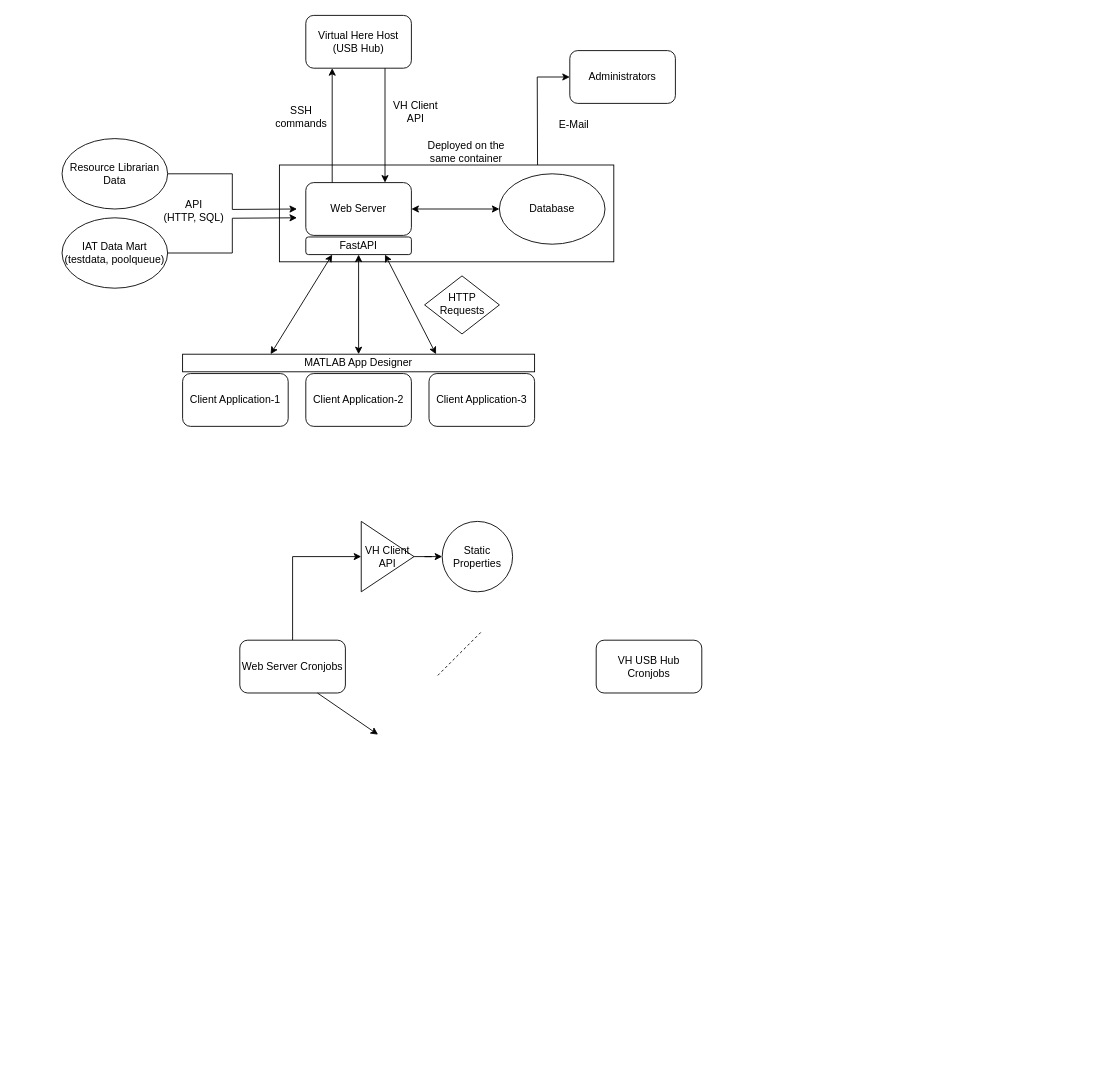
Above: Untitled Diagram.drawio in rahulch02/AmplifyApp (draw.io), before the change. Source tidied: cells renumbered, new cells numbered last; positions are measured from the earlier drawing's top-left corner, leaving out a move shared by most shapes. Both pictures are drawn from the tidied source at 88%, with x=0, y=0 at pixel (62, 15).
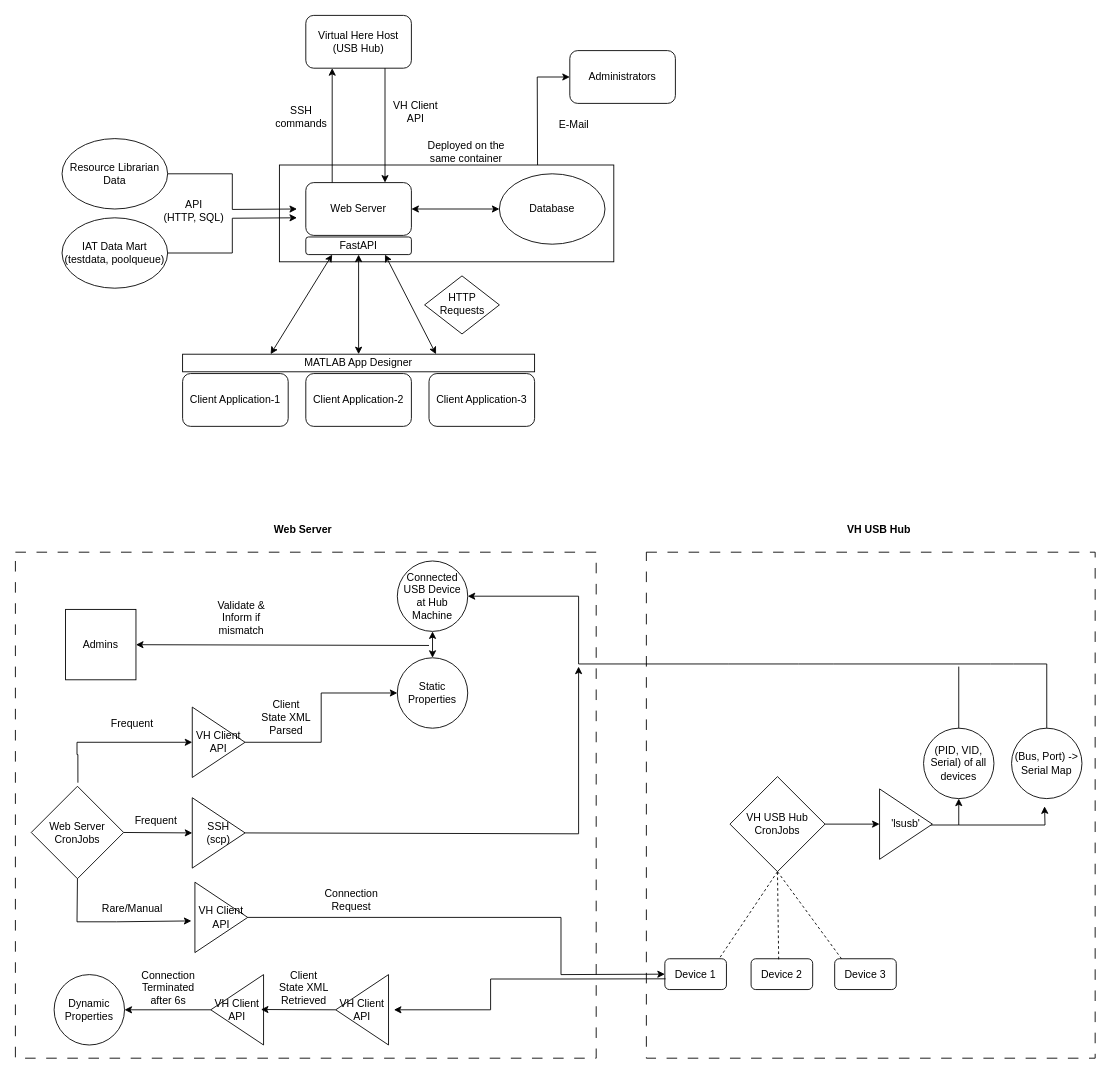
Above is the later version.

Change to the diagram source:
```diff
@@
-    <mxCell id="30" style="edgeStyle=orthogonalEdgeStyle;rounded=0;jettySize=auto;html=1;exitX=0.5;exitY=0;exitDx=0;exitDy=0;entryX=0;entryY=0.5;entryDx=0;entryDy=0;" parent="1" edge="1" source="31" target="36">
-      <mxGeometry relative="1" as="geometry" />
+    <mxCell id="30" style="edgeStyle=orthogonalEdgeStyle;rounded=0;jettySize=auto;html=1;exitX=0.505;exitY=-0.039;exitDx=0;exitDy=0;entryX=0;entryY=0.5;entryDx=0;entryDy=0;exitPerimeter=0;" parent="1" edge="1" source="39" target="36">
+      <mxGeometry relative="1" as="geometry">
+        <Array as="points">
+          <mxPoint x="17" y="840" />
+        </Array>
+      </mxGeometry>
     </mxCell>
-    <mxCell id="31" value="Web Server Cronjobs" style="rounded=1;whiteSpace=wrap;html=1;" parent="1" vertex="1">
-      <mxGeometry x="202" y="710" width="120" height="60" as="geometry" />
-    </mxCell>
-    <mxCell id="32" value="VH USB Hub Cronjobs" style="rounded=1;whiteSpace=wrap;html=1;" parent="1" vertex="1">
-      <mxGeometry x="607" y="710" width="120" height="60" as="geometry" />
-    </mxCell>
     <mxCell id="33" value="Static Properties" style="ellipse;whiteSpace=wrap;html=1;" parent="1" vertex="1">
-      <mxGeometry x="432" y="575" width="80" height="80" as="geometry" />
+      <mxGeometry x="381" y="730" width="80" height="80" as="geometry" />
     </mxCell>
-    <mxCell id="34" style="endArrow=classic;html=1;rounded=0;" parent="1" edge="1">
-      <mxGeometry relative="1" as="geometry">
-        <mxPoint x="290.2" y="770" as="sourcePoint" />
-        <mxPoint x="359.1" y="817.3" as="targetPoint" />
-      </mxGeometry>
-    </mxCell>
@@
     <mxCell id="36" value="VH Client API" style="triangle;whiteSpace=wrap;html=1;" parent="1" vertex="1">
-      <mxGeometry x="340" y="575" width="60" height="80" as="geometry" />
+      <mxGeometry x="148" y="786" width="60" height="80" as="geometry" />
     </mxCell>
-    <mxCell id="37" style="endArrow=none;dashed=1;html=1;rounded=0;" parent="1" edge="1">
-      <mxGeometry relative="1" as="geometry">
-        <mxPoint x="427" y="750" as="sourcePoint" />
-        <mxPoint x="477" y="700" as="targetPoint" />
-      </mxGeometry>
+    <mxCell id="37" style="endArrow=none;dashed=1;html=1;rounded=0;exitX=0.5;exitY=1;exitDx=0;exitDy=0;entryX=0.138;entryY=0.073;entryDx=0;entryDy=0;entryPerimeter=0;" parent="1" edge="1" source="44" target="38">
+      <mxGeometry relative="1" as="geometry" />
     </mxCell>
+    <mxCell id="38" value="Device 3" style="rounded=1;whiteSpace=wrap;html=1;" parent="1" vertex="1">
+      <mxGeometry x="878" y="1072" width="70" height="35" as="geometry" />
+    </mxCell>
+    <mxCell id="39" value="Web Server CronJobs" style="rhombus;whiteSpace=wrap;html=1;" parent="1" vertex="1">
+      <mxGeometry x="-35" y="876" width="105" height="105" as="geometry" />
+    </mxCell>
+    <mxCell id="40" value="Device 2" style="rounded=1;whiteSpace=wrap;html=1;" parent="1" vertex="1">
+      <mxGeometry x="783" y="1072" width="70" height="35" as="geometry" />
+    </mxCell>
+    <mxCell id="41" value="Device 1" style="rounded=1;whiteSpace=wrap;html=1;" parent="1" vertex="1">
+      <mxGeometry x="685" y="1072" width="70" height="35" as="geometry" />
+    </mxCell>
+    <mxCell id="42" style="endArrow=none;dashed=1;html=1;rounded=0;exitX=0.5;exitY=1;exitDx=0;exitDy=0;entryX=0.89;entryY=-0.027;entryDx=0;entryDy=0;entryPerimeter=0;" parent="1" edge="1" source="44" target="41">
+      <mxGeometry relative="1" as="geometry" />
+    </mxCell>
+    <mxCell id="43" style="endArrow=none;dashed=1;html=1;rounded=0;exitX=0.448;exitY=0.018;exitDx=0;exitDy=0;exitPerimeter=0;entryX=0.5;entryY=1;entryDx=0;entryDy=0;" parent="1" edge="1" source="40" target="44">
+      <mxGeometry relative="1" as="geometry" />
+    </mxCell>
+    <mxCell id="44" value="VH USB Hub CronJobs" style="rhombus;whiteSpace=wrap;html=1;" parent="1" vertex="1">
+      <mxGeometry x="759" y="865" width="108" height="108" as="geometry" />
+    </mxCell>
+    <mxCell id="45" value="VH Client API" style="triangle;whiteSpace=wrap;html=1;" parent="1" vertex="1">
+      <mxGeometry x="151" y="985" width="60" height="80" as="geometry" />
+    </mxCell>
+    <mxCell id="46" style="endArrow=classic;html=1;rounded=0;exitX=0.5;exitY=1;exitDx=0;exitDy=0;" parent="1" edge="1" source="39">
+      <mxGeometry relative="1" as="geometry">
+        <mxPoint x="147" y="1029" as="targetPoint" />
+        <Array as="points">
+          <mxPoint x="17" y="1030" />
+          <mxPoint x="62" y="1030" />
+        </Array>
+      </mxGeometry>
+    </mxCell>
+    <mxCell id="47" style="endArrow=classic;html=1;rounded=0;exitX=1;exitY=0.5;exitDx=0;exitDy=0;entryX=0;entryY=0.5;entryDx=0;entryDy=0;" parent="1" edge="1" source="45" target="41">
+      <mxGeometry relative="1" as="geometry">
+        <Array as="points">
+          <mxPoint x="567" y="1025" />
+          <mxPoint x="567" y="1090" />
+        </Array>
+      </mxGeometry>
+    </mxCell>
+    <mxCell id="48" style="endArrow=classic;html=1;rounded=0;entryX=-0.102;entryY=0.5;entryDx=0;entryDy=0;entryPerimeter=0;exitX=0.012;exitY=0.651;exitDx=0;exitDy=0;exitPerimeter=0;" parent="1" edge="1" source="41" target="52">
+      <mxGeometry relative="1" as="geometry">
+        <Array as="points">
+          <mxPoint x="567" y="1095" />
+          <mxPoint x="487" y="1095" />
+          <mxPoint x="487" y="1130" />
+          <mxPoint x="467" y="1130" />
+        </Array>
+      </mxGeometry>
+    </mxCell>
+    <mxCell id="49" value="Dynamic Properties" style="ellipse;whiteSpace=wrap;html=1;direction=east;" parent="1" vertex="1">
+      <mxGeometry x="-9" y="1090" width="80" height="80" as="geometry" />
+    </mxCell>
+    <mxCell id="50" value="Connection Request" style="text;html=1;strokeColor=none;fillColor=none;align=center;verticalAlign=middle;whiteSpace=wrap;rounded=0;" parent="1" vertex="1">
+      <mxGeometry x="299" y="990" width="60" height="30" as="geometry" />
+    </mxCell>
+    <mxCell id="51" value="Client State XML Parsed" style="text;html=1;strokeColor=none;fillColor=none;align=center;verticalAlign=middle;whiteSpace=wrap;rounded=0;" parent="1" vertex="1">
+      <mxGeometry x="225" y="783" width="60" height="30" as="geometry" />
+    </mxCell>
+    <mxCell id="52" value="VH Client API" style="triangle;whiteSpace=wrap;html=1;direction=west;" parent="1" vertex="1">
+      <mxGeometry x="311" y="1090" width="60" height="80" as="geometry" />
+    </mxCell>
+    <mxCell id="53" value="VH Client API" style="triangle;whiteSpace=wrap;html=1;direction=west;" parent="1" vertex="1">
+      <mxGeometry x="169" y="1090" width="60" height="80" as="geometry" />
+    </mxCell>
+    <mxCell id="54" value="Connection Terminated after 6s" style="text;html=1;strokeColor=none;fillColor=none;align=center;verticalAlign=middle;whiteSpace=wrap;rounded=0;direction=east;" parent="1" vertex="1">
+      <mxGeometry x="91" y="1090" width="60" height="30" as="geometry" />
+    </mxCell>
+    <mxCell id="55" value="Client State XML Retrieved" style="text;html=1;strokeColor=none;fillColor=none;align=center;verticalAlign=middle;whiteSpace=wrap;rounded=0;direction=east;" parent="1" vertex="1">
+      <mxGeometry x="245" y="1090" width="60" height="30" as="geometry" />
+    </mxCell>
+    <mxCell id="56" style="endArrow=classic;html=1;rounded=0;exitX=1;exitY=0.5;exitDx=0;exitDy=0;entryX=0.05;entryY=0.504;entryDx=0;entryDy=0;entryPerimeter=0;" parent="1" edge="1" source="52" target="53">
+      <mxGeometry relative="1" as="geometry" />
+    </mxCell>
+    <mxCell id="57" style="endArrow=classic;html=1;rounded=0;entryX=1;entryY=0.5;entryDx=0;entryDy=0;exitX=1;exitY=0.5;exitDx=0;exitDy=0;" parent="1" edge="1" source="53" target="49">
+      <mxGeometry relative="1" as="geometry" />
+    </mxCell>
+    <mxCell id="58" style="endArrow=classic;html=1;rounded=0;entryX=0.5;entryY=1;entryDx=0;entryDy=0;" parent="1" edge="1" target="61">
+      <mxGeometry relative="1" as="geometry">
+        <mxPoint x="949" y="920" as="sourcePoint" />
+        <Array as="points">
+          <mxPoint x="1019" y="920" />
+        </Array>
+      </mxGeometry>
+    </mxCell>
+    <mxCell id="59" value="'lsusb'" style="triangle;whiteSpace=wrap;html=1;" parent="1" vertex="1">
+      <mxGeometry x="929" y="879" width="60" height="80" as="geometry" />
+    </mxCell>
+    <mxCell id="60" style="endArrow=classic;html=1;rounded=0;exitX=1;exitY=0.5;exitDx=0;exitDy=0;" parent="1" edge="1" source="44" target="59">
+      <mxGeometry relative="1" as="geometry" />
+    </mxCell>
+    <mxCell id="61" value="(PID, VID, Serial) of all devices" style="ellipse;whiteSpace=wrap;html=1;" parent="1" vertex="1">
+      <mxGeometry x="979" y="810" width="80" height="80" as="geometry" />
+    </mxCell>
+    <mxCell id="62" value="(Bus, Port) -&amp;gt; Serial Map" style="ellipse;whiteSpace=wrap;html=1;" parent="1" vertex="1">
+      <mxGeometry x="1079" y="810" width="80" height="80" as="geometry" />
+    </mxCell>
+    <mxCell id="63" style="endArrow=classic;html=1;rounded=0;entryX=0.469;entryY=1.11;entryDx=0;entryDy=0;entryPerimeter=0;" parent="1" edge="1" target="62">
+      <mxGeometry relative="1" as="geometry">
+        <mxPoint x="1019" y="920" as="sourcePoint" />
+        <Array as="points">
+          <mxPoint x="1117" y="920" />
+        </Array>
+      </mxGeometry>
+    </mxCell>
+    <mxCell id="64" style="endArrow=none;html=1;rounded=0;exitX=0.5;exitY=0;exitDx=0;exitDy=0;" parent="1" edge="1" source="61">
+      <mxGeometry relative="1" as="geometry">
+        <mxPoint x="1019" y="740" as="targetPoint" />
+      </mxGeometry>
+    </mxCell>
+    <mxCell id="65" value="SSH &lt;br&gt;(scp)" style="triangle;whiteSpace=wrap;html=1;" parent="1" vertex="1">
+      <mxGeometry x="148" y="889" width="60" height="80" as="geometry" />
+    </mxCell>
+    <mxCell id="66" style="endArrow=classic;html=1;rounded=0;exitX=1;exitY=0.5;exitDx=0;exitDy=0;entryX=0;entryY=0.5;entryDx=0;entryDy=0;" parent="1" edge="1" source="39" target="65">
+      <mxGeometry relative="1" as="geometry" />
+    </mxCell>
+    <mxCell id="67" style="endArrow=classic;html=1;rounded=0;exitX=1;exitY=0.5;exitDx=0;exitDy=0;" parent="1" edge="1" source="65">
+      <mxGeometry relative="1" as="geometry">
+        <mxPoint x="587" y="740" as="targetPoint" />
+        <Array as="points">
+          <mxPoint x="587" y="930" />
+        </Array>
+      </mxGeometry>
+    </mxCell>
+    <mxCell id="68" style="endArrow=classic;html=1;rounded=0;exitX=0.5;exitY=0;exitDx=0;exitDy=0;" parent="1" edge="1" source="62" target="69">
+      <mxGeometry relative="1" as="geometry">
+        <Array as="points">
+          <mxPoint x="1119" y="737" />
+          <mxPoint x="1081" y="737" />
+          <mxPoint x="1055" y="737" />
+          <mxPoint x="1017" y="737" />
+          <mxPoint x="917" y="737" />
+          <mxPoint x="877" y="737" />
+          <mxPoint x="837" y="737" />
+          <mxPoint x="757" y="737" />
+          <mxPoint x="587" y="737" />
+          <mxPoint x="587" y="660" />
+        </Array>
+      </mxGeometry>
+    </mxCell>
+    <mxCell id="69" value="Connected USB Device at Hub Machine" style="ellipse;whiteSpace=wrap;html=1;" parent="1" vertex="1">
+      <mxGeometry x="381" y="620" width="80" height="80" as="geometry" />
+    </mxCell>
+    <mxCell id="70" style="endArrow=classic;startArrow=classic;html=1;rounded=0;entryX=0.5;entryY=1;entryDx=0;entryDy=0;exitX=0.5;exitY=0;exitDx=0;exitDy=0;" parent="1" edge="1" source="33" target="69">
+      <mxGeometry relative="1" as="geometry" />
+    </mxCell>
+    <mxCell id="71" style="endArrow=classic;html=1;rounded=0;" parent="1" edge="1" target="72">
+      <mxGeometry relative="1" as="geometry">
+        <mxPoint x="417" y="716" as="sourcePoint" />
+      </mxGeometry>
+    </mxCell>
+    <mxCell id="72" value="Admins" style="whiteSpace=wrap;html=1;" parent="1" vertex="1">
+      <mxGeometry x="4" y="675" width="80" height="80" as="geometry" />
+    </mxCell>
+    <mxCell id="73" value="Validate &amp;amp; Inform if mismatch" style="text;html=1;strokeColor=none;fillColor=none;align=center;verticalAlign=middle;whiteSpace=wrap;rounded=0;" parent="1" vertex="1">
+      <mxGeometry x="174" y="670" width="60" height="30" as="geometry" />
+    </mxCell>
+    <mxCell id="74" value="Frequent" style="text;html=1;strokeColor=none;fillColor=none;align=center;verticalAlign=middle;whiteSpace=wrap;rounded=0;" parent="1" vertex="1">
+      <mxGeometry x="50" y="790" width="60" height="30" as="geometry" />
+    </mxCell>
+    <mxCell id="75" value="Frequent" style="text;html=1;strokeColor=none;fillColor=none;align=center;verticalAlign=middle;whiteSpace=wrap;rounded=0;" parent="1" vertex="1">
+      <mxGeometry x="77" y="900" width="60" height="30" as="geometry" />
+    </mxCell>
+    <mxCell id="76" value="Rare/Manual" style="text;html=1;strokeColor=none;fillColor=none;align=center;verticalAlign=middle;whiteSpace=wrap;rounded=0;" parent="1" vertex="1">
+      <mxGeometry x="50" y="1000" width="60" height="30" as="geometry" />
+    </mxCell>
+    <mxCell id="77" style="rounded=0;whiteSpace=wrap;html=1;fillColor=none;dashed=1;dashPattern=12 12;" parent="1" vertex="1">
+      <mxGeometry x="-53" y="610" width="660" height="575" as="geometry" />
+    </mxCell>
+    <mxCell id="78" style="rounded=0;whiteSpace=wrap;html=1;fillColor=none;dashed=1;dashPattern=12 12;" parent="1" vertex="1">
+      <mxGeometry x="664" y="610" width="510" height="575" as="geometry" />
+    </mxCell>
+    <mxCell id="79" value="&lt;b&gt;Web Server&lt;/b&gt;" style="text;html=1;strokeColor=none;fillColor=none;align=center;verticalAlign=middle;whiteSpace=wrap;rounded=0;" parent="1" vertex="1">
+      <mxGeometry x="231" y="570" width="86" height="30" as="geometry" />
+    </mxCell>
+    <mxCell id="80" value="&lt;b&gt;VH USB Hub&lt;/b&gt;" style="text;html=1;strokeColor=none;fillColor=none;align=center;verticalAlign=middle;whiteSpace=wrap;rounded=0;" parent="1" vertex="1">
+      <mxGeometry x="879" y="570" width="99" height="30" as="geometry" />
+    </mxCell>
```
